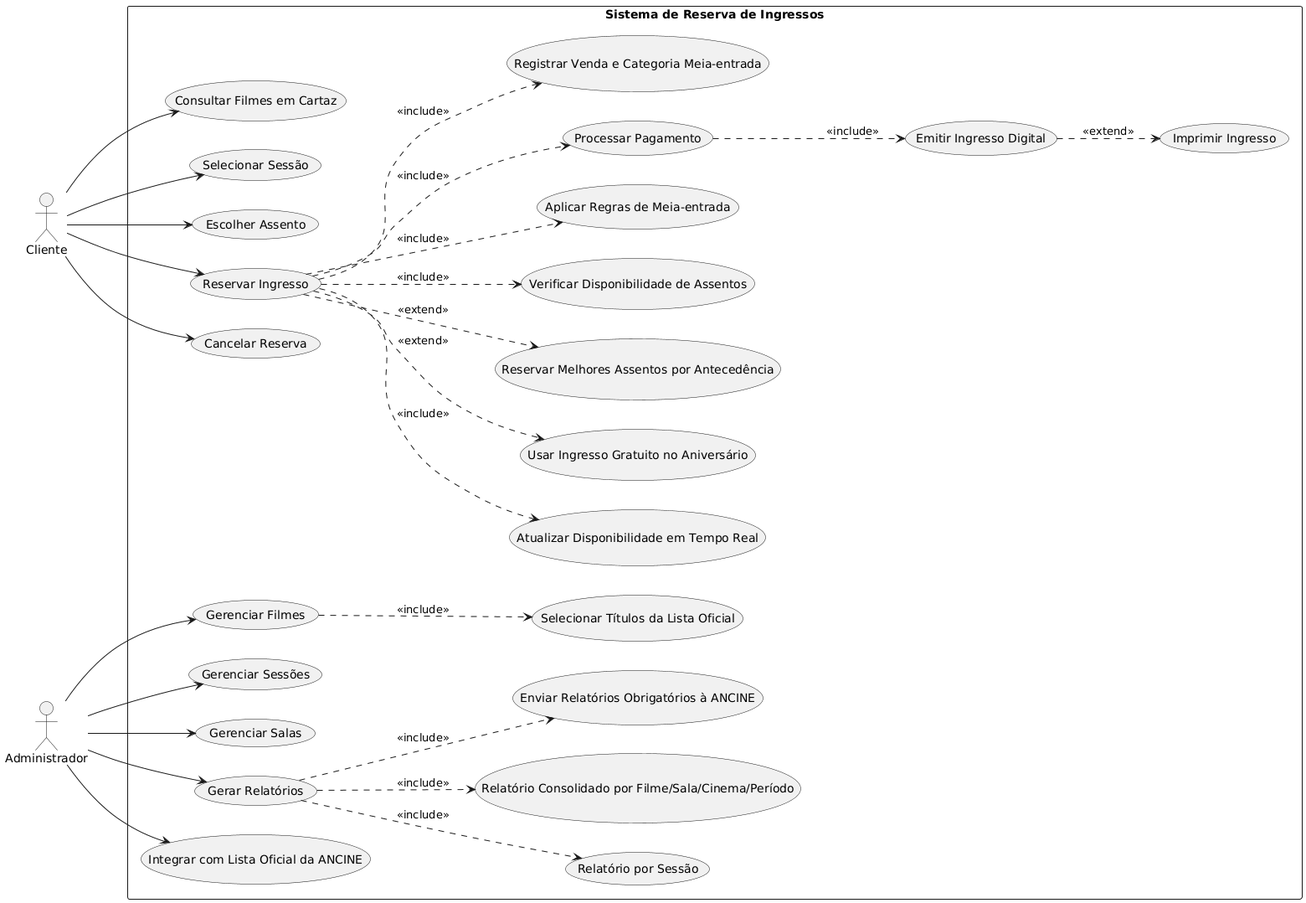
Before: images/diagramaUC.png, a diagram exported from PlantUML (PauloViniciusAF/MODELAGEM-DE-SOFTWARE-ORIENTADO-A-OBJETOS). Source of this version:
```plantuml
@startuml
left to right direction

actor Cliente
actor Administrador

rectangle "Sistema de Reserva de Ingressos" {

  Cliente --> (Consultar Filmes em Cartaz)
  Cliente --> (Selecionar Sessão)
  Cliente --> (Escolher Assento)
  Cliente --> (Reservar Ingresso)
  Cliente --> (Cancelar Reserva)

  (Reservar Ingresso) ..> (Verificar Disponibilidade de Assentos) : <<include>>
  (Reservar Ingresso) ..> (Aplicar Regras de Meia-entrada) : <<include>>
  (Reservar Ingresso) ..> (Processar Pagamento) : <<include>>
  (Processar Pagamento) ..> (Emitir Ingresso Digital) : <<include>>
  (Emitir Ingresso Digital) ..> (Imprimir Ingresso) : <<extend>>

  (Reservar Ingresso) ..> (Registrar Venda e Categoria Meia-entrada) : <<include>>
  (Reservar Ingresso) ..> (Atualizar Disponibilidade em Tempo Real) : <<include>>

  (Reservar Ingresso) ..> (Usar Ingresso Gratuito no Aniversário) : <<extend>>
  (Reservar Ingresso) ..> (Reservar Melhores Assentos por Antecedência) : <<extend>>

  Administrador --> (Gerenciar Filmes)
  Administrador --> (Gerenciar Sessões)
  Administrador --> (Gerenciar Salas)
  Administrador --> (Gerar Relatórios)
  Administrador --> (Integrar com Lista Oficial da ANCINE)

  (Gerenciar Filmes) ..> (Selecionar Títulos da Lista Oficial) : <<include>>

  (Gerar Relatórios) ..> (Relatório por Sessão) : <<include>>
  (Gerar Relatórios) ..> (Relatório Consolidado por Filme/Sala/Cinema/Período) : <<include>>
  (Gerar Relatórios) ..> (Enviar Relatórios Obrigatórios à ANCINE) : <<include>>
}
@enduml
```
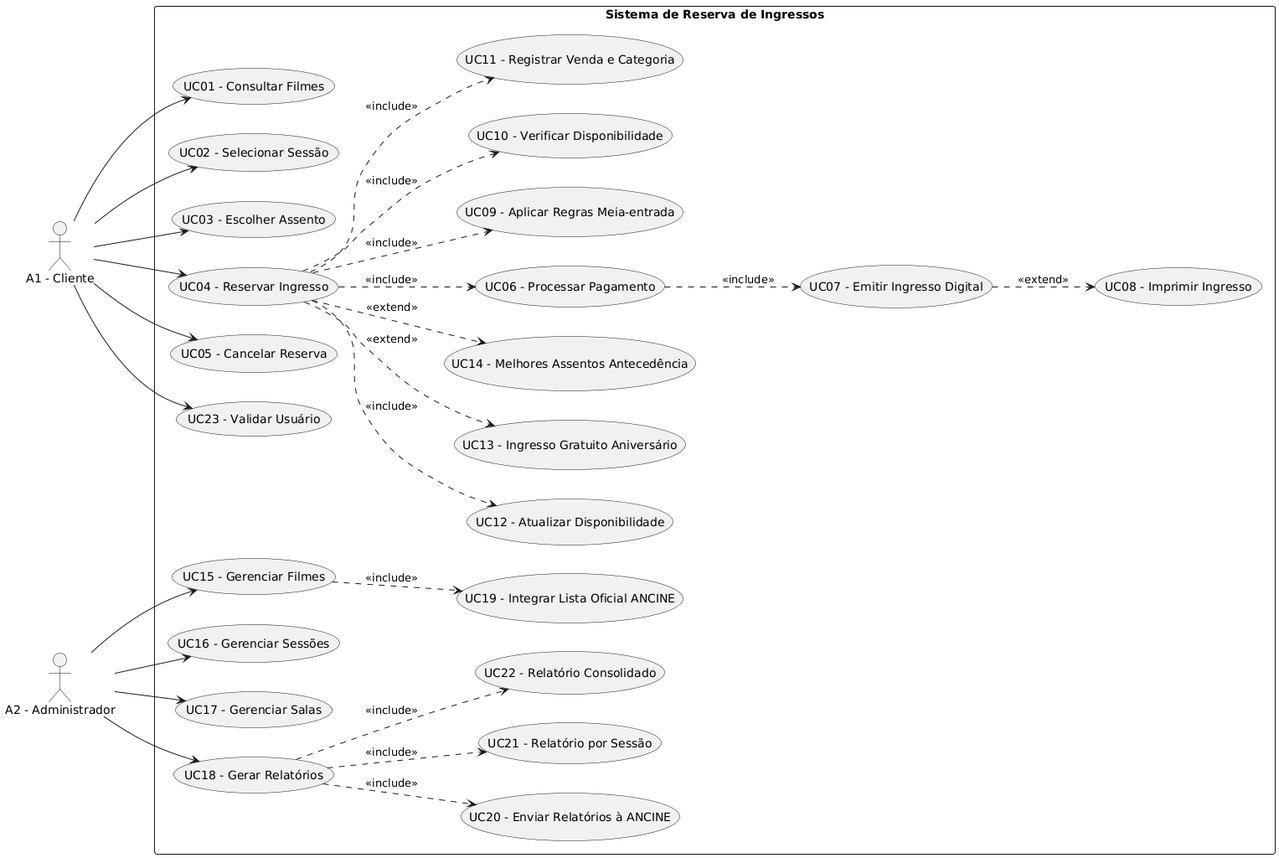
After the change.

Commit message:
Casos de Uso

Diff of the diagram source:
```diff
@@ -1,39 +1,63 @@
 @startuml
 left to right direction
+skinparam packageStyle rectangle
 
-actor Cliente
-actor Administrador
+actor "A1 - Cliente" as Cliente
+actor "A2 - Administrador" as Admin
 
 rectangle "Sistema de Reserva de Ingressos" {
 
-  Cliente --> (Consultar Filmes em Cartaz)
-  Cliente --> (Selecionar Sessão)
-  Cliente --> (Escolher Assento)
-  Cliente --> (Reservar Ingresso)
-  Cliente --> (Cancelar Reserva)
+  usecase "UC01 - Consultar Filmes" as UC01
+  usecase "UC02 - Selecionar Sessão" as UC02
+  usecase "UC03 - Escolher Assento" as UC03
+  usecase "UC04 - Reservar Ingresso" as UC04
+  usecase "UC05 - Cancelar Reserva" as UC05
+  usecase "UC06 - Processar Pagamento" as UC06
+  usecase "UC07 - Emitir Ingresso Digital" as UC07
+  usecase "UC08 - Imprimir Ingresso" as UC08
+  usecase "UC09 - Aplicar Regras Meia-entrada" as UC09
+  usecase "UC10 - Verificar Disponibilidade" as UC10
+  usecase "UC11 - Registrar Venda e Categoria" as UC11
+  usecase "UC12 - Atualizar Disponibilidade" as UC12
+  usecase "UC13 - Ingresso Gratuito Aniversário" as UC13
+  usecase "UC14 - Melhores Assentos Antecedência" as UC14
+  usecase "UC23 - Validar Usuário" as UC23
 
-  (Reservar Ingresso) ..> (Verificar Disponibilidade de Assentos) : <<include>>
-  (Reservar Ingresso) ..> (Aplicar Regras de Meia-entrada) : <<include>>
-  (Reservar Ingresso) ..> (Processar Pagamento) : <<include>>
-  (Processar Pagamento) ..> (Emitir Ingresso Digital) : <<include>>
-  (Emitir Ingresso Digital) ..> (Imprimir Ingresso) : <<extend>>
+  usecase "UC15 - Gerenciar Filmes" as UC15
+  usecase "UC16 - Gerenciar Sessões" as UC16
+  usecase "UC17 - Gerenciar Salas" as UC17
+  usecase "UC18 - Gerar Relatórios" as UC18
+  usecase "UC19 - Integrar Lista Oficial ANCINE" as UC19
+  usecase "UC20 - Enviar Relatórios à ANCINE" as UC20
+  usecase "UC21 - Relatório por Sessão" as UC21
+  usecase "UC22 - Relatório Consolidado" as UC22
+}
 
-  (Reservar Ingresso) ..> (Registrar Venda e Categoria Meia-entrada) : <<include>>
-  (Reservar Ingresso) ..> (Atualizar Disponibilidade em Tempo Real) : <<include>>
+Cliente --> UC01
+Cliente --> UC02
+Cliente --> UC03
+Cliente --> UC04
+Cliente --> UC05
+Cliente --> UC23
 
-  (Reservar Ingresso) ..> (Usar Ingresso Gratuito no Aniversário) : <<extend>>
-  (Reservar Ingresso) ..> (Reservar Melhores Assentos por Antecedência) : <<extend>>
+UC04 ..> UC10 : <<include>>
+UC04 ..> UC09 : <<include>>
+UC04 ..> UC06 : <<include>>
+UC04 ..> UC11 : <<include>>
+UC04 ..> UC12 : <<include>>
+UC06 ..> UC07 : <<include>>
 
-  Administrador --> (Gerenciar Filmes)
-  Administrador --> (Gerenciar Sessões)
-  Administrador --> (Gerenciar Salas)
-  Administrador --> (Gerar Relatórios)
-  Administrador --> (Integrar com Lista Oficial da ANCINE)
+UC07 ..> UC08 : <<extend>>
+UC04 ..> UC13 : <<extend>>
+UC04 ..> UC14 : <<extend>>
 
-  (Gerenciar Filmes) ..> (Selecionar Títulos da Lista Oficial) : <<include>>
+Admin --> UC15
+Admin --> UC16
+Admin --> UC17
+Admin --> UC18
 
-  (Gerar Relatórios) ..> (Relatório por Sessão) : <<include>>
-  (Gerar Relatórios) ..> (Relatório Consolidado por Filme/Sala/Cinema/Período) : <<include>>
-  (Gerar Relatórios) ..> (Enviar Relatórios Obrigatórios à ANCINE) : <<include>>
-}
+UC15 ..> UC19 : <<include>>
+UC18 ..> UC21 : <<include>>
+UC18 ..> UC22 : <<include>>
+UC18 ..> UC20 : <<include>>
 @enduml
```
